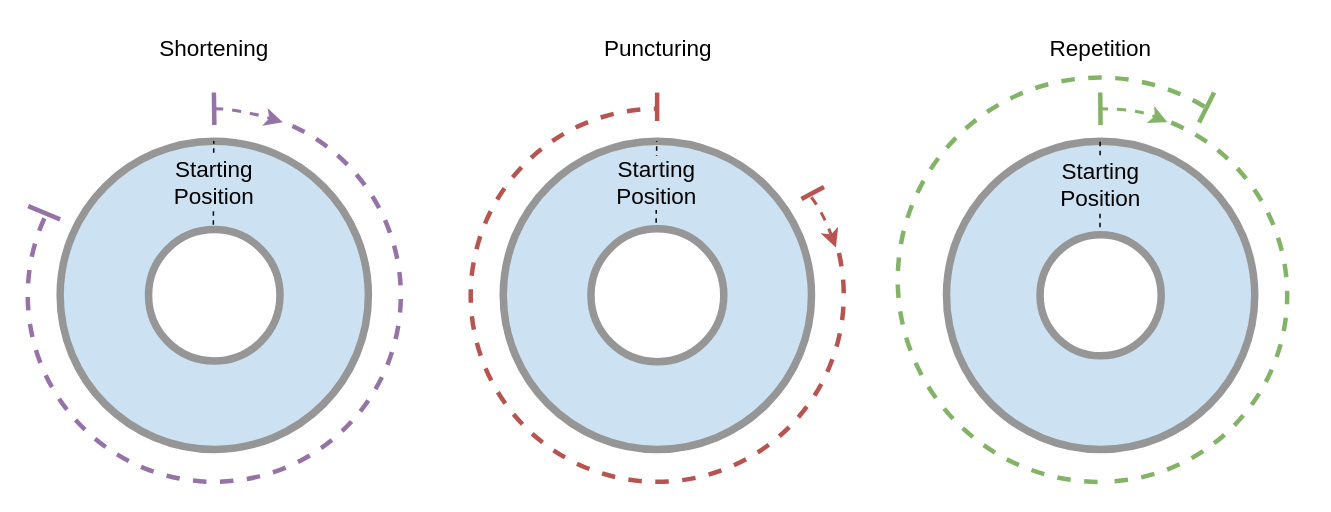
Before: figures/chp_theory/rate-matching.drawio in mateuspontesm/Master-Thesis, a draw.io diagram. Source tidied: cells renumbered, new cells numbered last; positions are measured from the earlier drawing's top-left corner, leaving out a move shared by most shapes. Both pictures are drawn from the tidied source at 150%, with x=0, y=0 at pixel (27, 32).
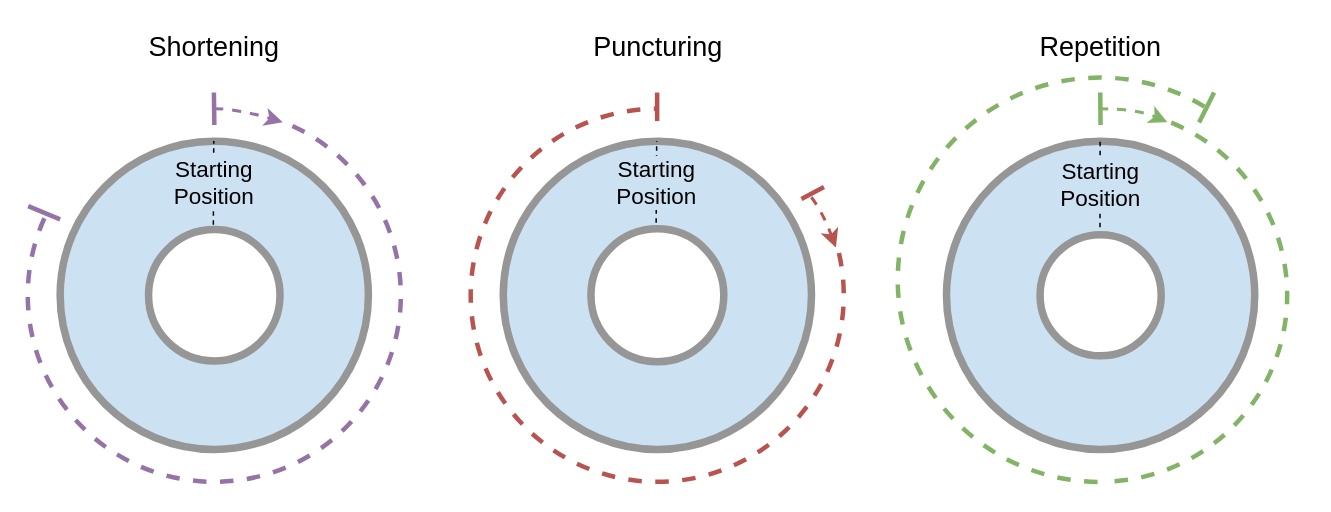
The same diagram, later.

What changed in the source:
```diff
@@
-    <mxCell id="9" value="&lt;div style=&quot;font-size: 15px;&quot;&gt;Shortening&lt;/div&gt;" style="text;html=1;align=center;verticalAlign=middle;fontColor=#000000;fontSize=15;fontFamily=Utopia;" parent="1" vertex="1">
-      <mxGeometry x="74.4" y="0.2" width="100" height="20" as="geometry" />
+    <mxCell id="9" value="&lt;div style=&quot;font-size: 18px;&quot;&gt;Shortening&lt;/div&gt;" style="text;html=1;align=center;verticalAlign=middle;fontColor=#000000;fontSize=18;fontFamily=Utopia;" parent="1" vertex="1">
+      <mxGeometry x="64.4" y="-4.8" width="120" height="30" as="geometry" />
     </mxCell>
@@
-    <mxCell id="15" value="Puncturing" style="text;html=1;align=center;verticalAlign=middle;fontColor=#000000;fontSize=15;fontFamily=Utopia;" parent="1" vertex="1">
-      <mxGeometry x="369.7" y="0.2" width="100" height="20" as="geometry" />
+    <mxCell id="15" value="Puncturing" style="text;html=1;align=center;verticalAlign=middle;fontColor=#000000;fontSize=18;fontFamily=Utopia;" parent="1" vertex="1">
+      <mxGeometry x="359.7" y="-4.8" width="120" height="30" as="geometry" />
     </mxCell>
@@
-    <mxCell id="22" value="Repetition" style="text;html=1;align=center;verticalAlign=middle;fontColor=#000000;fontSize=15;fontFamily=Utopia;" parent="1" vertex="1">
-      <mxGeometry x="669.8" y="0.2" width="90" height="20" as="geometry" />
+    <mxCell id="22" value="Repetition" style="text;html=1;align=center;verticalAlign=middle;fontColor=#000000;fontSize=18;fontFamily=Utopia;" parent="1" vertex="1">
+      <mxGeometry x="659.8" y="-4.8" width="110" height="30" as="geometry" />
     </mxCell>
```
